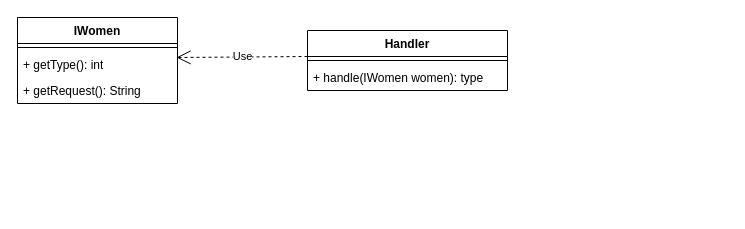
The draw.io diagram design_pattern/”三从“案例简单类图.drawio in linqibin0826/drawio, before the edit. Source tidied: cells renumbered, new cells numbered last; positions are measured from the earlier drawing's top-left corner, leaving out a move shared by most shapes. Both pictures are drawn from the tidied source at 100%, with x=0, y=0 at pixel (17, 17).
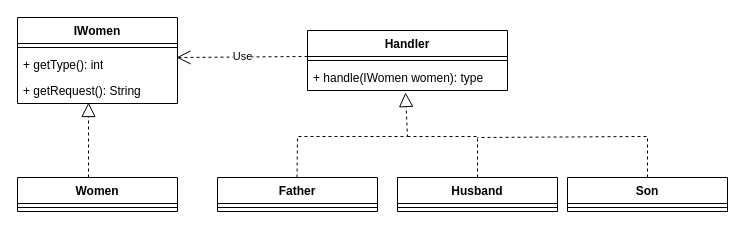
The same diagram, later.

Commit message (it also covers changes not shown here):
更新”三从“案例简单类图.drawio

Unchanged cells that the change refers to:
```xml
<mxCell id="5" value="+ getRequest(): String" style="text;strokeColor=none;fillColor=none;align=left;verticalAlign=top;spacingLeft=4;spacingRight=4;overflow=hidden;points=[[0,0.5],[1,0.5]];portConstraint=eastwest;whiteSpace=wrap;html=1;" parent="2" vertex="1">
  <mxGeometry y="60" width="160" height="26" as="geometry" />
</mxCell>
<mxCell id="8" value="+ handle(IWomen women): type" style="text;strokeColor=none;fillColor=none;align=left;verticalAlign=top;spacingLeft=4;spacingRight=4;overflow=hidden;points=[[0,0.5],[1,0.5]];portConstraint=eastwest;whiteSpace=wrap;html=1;" parent="6" vertex="1">
  <mxGeometry y="34" width="200" height="26" as="geometry" />
</mxCell>
```

Diff of the diagram source:
```diff
@@
+    <mxCell id="10" style="endArrow=block;dashed=1;endFill=0;endSize=12;html=1;rounded=0;entryX=0.444;entryY=0.962;entryDx=0;entryDy=0;entryPerimeter=0;" parent="1" edge="1" target="5">
+      <mxGeometry relative="1" as="geometry">
+        <mxPoint x="71" y="160" as="sourcePoint" />
+      </mxGeometry>
+    </mxCell>
+    <mxCell id="11" value="Women" style="swimlane;fontStyle=1;align=center;verticalAlign=top;horizontal=1;startSize=26;whiteSpace=wrap;html=1;" parent="1" vertex="1">
+      <mxGeometry y="160" width="160" height="34" as="geometry" />
+    </mxCell>
+    <mxCell id="12" style="line;strokeWidth=1;fillColor=none;align=left;verticalAlign=middle;spacingTop=-1;spacingLeft=3;spacingRight=3;labelPosition=right;strokeColor=inherit;" parent="11" vertex="1">
+      <mxGeometry y="26" width="160" height="8" as="geometry" />
+    </mxCell>
+    <mxCell id="13" value="Father" style="swimlane;fontStyle=1;align=center;verticalAlign=top;horizontal=1;startSize=26;whiteSpace=wrap;html=1;" parent="1" vertex="1">
+      <mxGeometry x="200" y="160" width="160" height="34" as="geometry" />
+    </mxCell>
+    <mxCell id="14" style="line;strokeWidth=1;fillColor=none;align=left;verticalAlign=middle;spacingTop=-1;spacingLeft=3;spacingRight=3;labelPosition=right;strokeColor=inherit;" parent="13" vertex="1">
+      <mxGeometry y="26" width="160" height="8" as="geometry" />
+    </mxCell>
+    <mxCell id="15" value="Husband" style="swimlane;fontStyle=1;align=center;verticalAlign=top;horizontal=1;startSize=26;whiteSpace=wrap;html=1;" parent="1" vertex="1">
+      <mxGeometry x="380" y="160" width="160" height="34" as="geometry" />
+    </mxCell>
+    <mxCell id="16" style="line;strokeWidth=1;fillColor=none;align=left;verticalAlign=middle;spacingTop=-1;spacingLeft=3;spacingRight=3;labelPosition=right;strokeColor=inherit;" parent="15" vertex="1">
+      <mxGeometry y="26" width="160" height="8" as="geometry" />
+    </mxCell>
+    <mxCell id="17" value="Son" style="swimlane;fontStyle=1;align=center;verticalAlign=top;horizontal=1;startSize=26;whiteSpace=wrap;html=1;" parent="1" vertex="1">
+      <mxGeometry x="550" y="160" width="160" height="34" as="geometry" />
+    </mxCell>
+    <mxCell id="18" style="line;strokeWidth=1;fillColor=none;align=left;verticalAlign=middle;spacingTop=-1;spacingLeft=3;spacingRight=3;labelPosition=right;strokeColor=inherit;" parent="17" vertex="1">
+      <mxGeometry y="26" width="160" height="8" as="geometry" />
+    </mxCell>
+    <mxCell id="19" style="endArrow=block;dashed=1;endFill=0;endSize=12;html=1;rounded=0;entryX=0.49;entryY=1.077;entryDx=0;entryDy=0;entryPerimeter=0;" parent="1" edge="1" target="8">
+      <mxGeometry relative="1" as="geometry">
+        <mxPoint x="279.5" y="160" as="sourcePoint" />
+        <Array as="points">
+          <mxPoint x="280" y="119" />
+          <mxPoint x="390" y="119" />
+        </Array>
+      </mxGeometry>
+    </mxCell>
+    <mxCell id="20" style="endArrow=none;dashed=1;endFill=0;endSize=12;html=1;rounded=0;exitX=0.5;exitY=0;exitDx=0;exitDy=0;" parent="1" edge="1" source="17">
+      <mxGeometry relative="1" as="geometry">
+        <mxPoint x="460" y="120" as="targetPoint" />
+        <Array as="points">
+          <mxPoint x="630" y="119" />
+          <mxPoint x="460" y="120" />
+        </Array>
+      </mxGeometry>
+    </mxCell>
+    <mxCell id="21" style="endArrow=none;dashed=1;endFill=0;endSize=12;html=1;rounded=0;exitX=0.5;exitY=0;exitDx=0;exitDy=0;" parent="1" edge="1" source="15">
+      <mxGeometry relative="1" as="geometry">
+        <mxPoint x="390" y="119" as="targetPoint" />
+        <Array as="points">
+          <mxPoint x="460" y="119" />
+        </Array>
+      </mxGeometry>
+    </mxCell>
```
